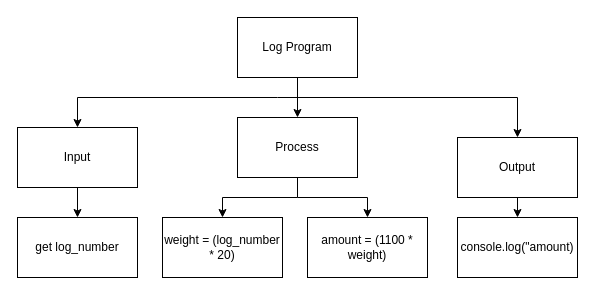
Earlier version of the draw.io diagram Drawio/Topdown.drawio (JacksonNaufal/ics4u-unit1-01-typescript). Source tidied: cells renumbered, new cells numbered last; positions are measured from the earlier drawing's top-left corner, leaving out a move shared by most shapes. Both pictures are drawn from the tidied source at 100%, with x=0, y=0 at pixel (17, 17).
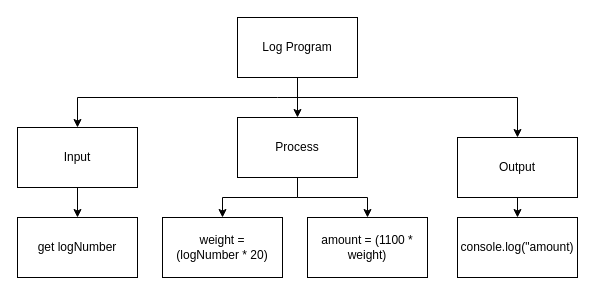
After the change.

Diff of the diagram source:
```diff
@@
-    <mxCell id="13" value="get log_number" style="rounded=0;whiteSpace=wrap;html=1;" parent="1" vertex="1">
+    <mxCell id="13" value="get logNumber" style="rounded=0;whiteSpace=wrap;html=1;" parent="1" vertex="1">
       <mxGeometry y="200" width="120" height="60" as="geometry" />
     </mxCell>
-    <mxCell id="14" value="weight = (log_number * 20)" style="rounded=0;whiteSpace=wrap;html=1;" parent="1" vertex="1">
+    <mxCell id="14" value="weight = (logNumber&amp;nbsp;* 20)" style="rounded=0;whiteSpace=wrap;html=1;" parent="1" vertex="1">
       <mxGeometry x="145" y="200" width="120" height="60" as="geometry" />
     </mxCell>
```
